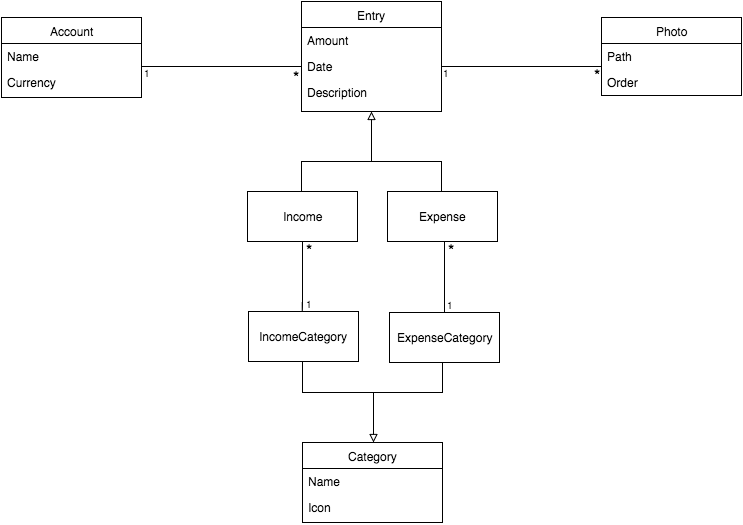
This is imagenes/class_diagram_mobile.png from susana1710/libro-pasantia, a draw.io export, as it was before one commit. Source tidied: cells renumbered, new cells last; positions are measured from the earlier drawing's top-left corner, leaving out a move shared by most shapes.
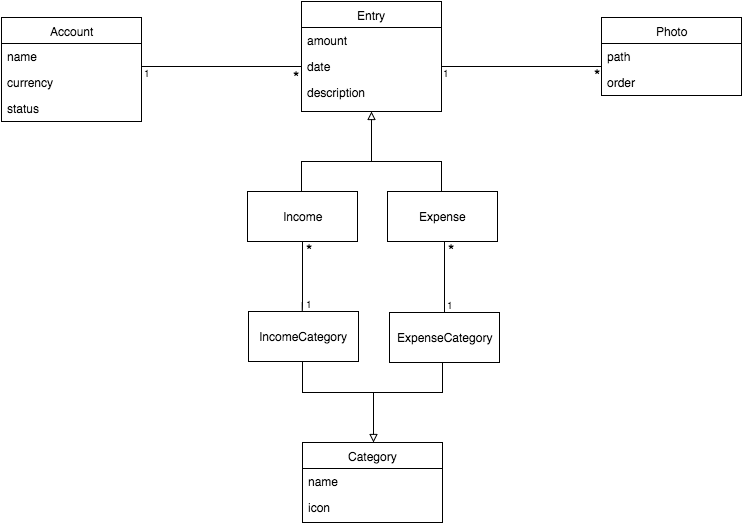
Later version of the same file.

Diff of the diagram source:
```diff
@@ -2,164 +2,167 @@
   <root>
     <mxCell id="0" />
     <mxCell id="1" parent="0" />
+    <mxCell id="39" value="Account" style="swimlane;html=1;fontStyle=0;horizontal=1;startSize=26;fillColor=none;swimlaneFillColor=#ffffff;" parent="1" vertex="1">
+      <mxGeometry x="-150" y="-88" width="140" height="104" as="geometry" />
+    </mxCell>
+    <mxCell id="40" value="name" style="text;html=1;strokeColor=none;fillColor=none;align=left;verticalAlign=top;spacingLeft=4;spacingRight=4;whiteSpace=wrap;overflow=hidden;" parent="39" vertex="1">
+      <mxGeometry y="26" width="140" height="26" as="geometry" />
+    </mxCell>
+    <mxCell id="41" value="currency" style="text;html=1;strokeColor=none;fillColor=none;align=left;verticalAlign=top;spacingLeft=4;spacingRight=4;whiteSpace=wrap;overflow=hidden;" parent="39" vertex="1">
+      <mxGeometry y="52" width="140" height="26" as="geometry" />
+    </mxCell>
+    <mxCell id="19" value="status" style="text;html=1;strokeColor=none;fillColor=none;align=left;verticalAlign=top;spacingLeft=4;spacingRight=4;whiteSpace=wrap;overflow=hidden;" parent="39" vertex="1">
+      <mxGeometry y="78" width="140" height="26" as="geometry" />
+    </mxCell>
+    <mxCell id="42" value="Entry" style="swimlane;html=1;fontStyle=0;horizontal=1;startSize=26;fillColor=none;swimlaneFillColor=#ffffff;" parent="1" vertex="1">
+      <mxGeometry x="150" y="-104" width="140" height="110" as="geometry" />
+    </mxCell>
+    <mxCell id="43" value="amount" style="text;html=1;strokeColor=none;fillColor=none;align=left;verticalAlign=top;spacingLeft=4;spacingRight=4;whiteSpace=wrap;overflow=hidden;" parent="42" vertex="1">
+      <mxGeometry y="26" width="140" height="26" as="geometry" />
+    </mxCell>
+    <mxCell id="44" value="date" style="text;html=1;strokeColor=none;fillColor=none;align=left;verticalAlign=top;spacingLeft=4;spacingRight=4;whiteSpace=wrap;overflow=hidden;" parent="42" vertex="1">
+      <mxGeometry y="52" width="140" height="26" as="geometry" />
+    </mxCell>
+    <mxCell id="45" value="description" style="text;html=1;strokeColor=none;fillColor=none;align=left;verticalAlign=top;spacingLeft=4;spacingRight=4;whiteSpace=wrap;overflow=hidden;" parent="42" vertex="1">
+      <mxGeometry y="78" width="140" height="26" as="geometry" />
+    </mxCell>
+    <mxCell id="46" value="Income" style="html=1;" parent="1" vertex="1">
+      <mxGeometry x="96" y="86" width="110" height="50" as="geometry" />
+    </mxCell>
+    <mxCell id="47" value="Expense" style="html=1;" parent="1" vertex="1">
+      <mxGeometry x="236" y="86" width="110" height="50" as="geometry" />
+    </mxCell>
+    <mxCell id="48" value="Category" style="swimlane;html=1;fontStyle=0;horizontal=1;startSize=26;fillColor=none;swimlaneFillColor=#ffffff;" parent="1" vertex="1">
+      <mxGeometry x="151" y="337" width="140" height="80" as="geometry" />
+    </mxCell>
+    <mxCell id="49" value="name" style="text;html=1;strokeColor=none;fillColor=none;align=left;verticalAlign=top;spacingLeft=4;spacingRight=4;whiteSpace=wrap;overflow=hidden;" parent="48" vertex="1">
+      <mxGeometry y="26" width="140" height="26" as="geometry" />
+    </mxCell>
+    <mxCell id="50" value="icon" style="text;html=1;strokeColor=none;fillColor=none;align=left;verticalAlign=top;spacingLeft=4;spacingRight=4;whiteSpace=wrap;overflow=hidden;" parent="48" vertex="1">
+      <mxGeometry y="52" width="140" height="26" as="geometry" />
+    </mxCell>
+    <mxCell id="51" value="IncomeCategory" style="html=1;" parent="1" vertex="1">
+      <mxGeometry x="97" y="206" width="110" height="50" as="geometry" />
+    </mxCell>
+    <mxCell id="52" value="ExpenseCategory" style="html=1;" parent="1" vertex="1">
+      <mxGeometry x="238" y="207" width="110" height="50" as="geometry" />
+    </mxCell>
+    <mxCell id="53" value="Photo" style="swimlane;html=1;fontStyle=0;horizontal=1;startSize=26;fillColor=none;swimlaneFillColor=#ffffff;" parent="1" vertex="1">
+      <mxGeometry x="450" y="-88" width="140" height="78" as="geometry" />
+    </mxCell>
-    <mxCell id="2" value="Account" style="swimlane;html=1;fontStyle=0;horizontal=1;startSize=26;fillColor=none;swimlaneFillColor=#ffffff;" parent="1" vertex="1">
-      <mxGeometry y="16" width="140" height="80" as="geometry" />
+    <mxCell id="2" value="path&lt;div&gt;&lt;br&gt;&lt;/div&gt;" style="text;html=1;strokeColor=none;fillColor=none;align=left;verticalAlign=top;spacingLeft=4;spacingRight=4;whiteSpace=wrap;overflow=hidden;" parent="53" vertex="1">
+      <mxGeometry y="26" width="140" height="26" as="geometry" />
     </mxCell>
-    <mxCell id="3" value="Name" style="text;html=1;strokeColor=none;fillColor=none;align=left;verticalAlign=top;spacingLeft=4;spacingRight=4;whiteSpace=wrap;overflow=hidden;" parent="2" vertex="1">
-      <mxGeometry y="26" width="140" height="26" as="geometry" />
+    <mxCell id="3" value="&lt;div&gt;order&lt;/div&gt;" style="text;html=1;strokeColor=none;fillColor=none;align=left;verticalAlign=top;spacingLeft=4;spacingRight=4;whiteSpace=wrap;overflow=hidden;" parent="53" vertex="1">
+      <mxGeometry y="52" width="140" height="26" as="geometry" />
     </mxCell>
-    <mxCell id="4" value="Currency" style="text;html=1;strokeColor=none;fillColor=none;align=left;verticalAlign=top;spacingLeft=4;spacingRight=4;whiteSpace=wrap;overflow=hidden;" parent="2" vertex="1">
-      <mxGeometry y="52" width="140" height="26" as="geometry" />
+    <mxCell id="4" style="endArrow=none;html=1;edgeStyle=orthogonalEdgeStyle;" parent="1" edge="1">
+      <mxGeometry relative="1" as="geometry">
+        <mxPoint x="-10" y="-39" as="sourcePoint" />
+        <mxPoint x="150" y="-39" as="targetPoint" />
+      </mxGeometry>
     </mxCell>
+    <mxCell id="54" value="1" style="html=1;align=left;verticalAlign=bottom;labelBackgroundColor=#ffffff;fontSize=10;" parent="4" vertex="1">
+      <mxGeometry x="-1" relative="1" as="geometry">
+        <mxPoint y="14" as="offset" />
+      </mxGeometry>
+    </mxCell>
-    <mxCell id="5" value="Entry" style="swimlane;html=1;fontStyle=0;horizontal=1;startSize=26;fillColor=none;swimlaneFillColor=#ffffff;" parent="1" vertex="1">
-      <mxGeometry x="300" width="140" height="110" as="geometry" />
+    <mxCell id="5" value="*" style="html=1;align=right;verticalAlign=bottom;labelBackgroundColor=#ffffff;fontSize=16;" parent="4" vertex="1">
+      <mxGeometry x="1" relative="1" as="geometry">
+        <mxPoint y="23" as="offset" />
+      </mxGeometry>
     </mxCell>
-    <mxCell id="6" value="Amount" style="text;html=1;strokeColor=none;fillColor=none;align=left;verticalAlign=top;spacingLeft=4;spacingRight=4;whiteSpace=wrap;overflow=hidden;" parent="5" vertex="1">
-      <mxGeometry y="26" width="140" height="26" as="geometry" />
+    <mxCell id="6" style="endArrow=block;html=1;entryX=0.5;entryY=1;endFill=0;" parent="1" edge="1" target="42">
+      <mxGeometry relative="1" as="geometry">
+        <mxPoint x="220" y="56" as="sourcePoint" />
+      </mxGeometry>
     </mxCell>
-    <mxCell id="7" value="Date" style="text;html=1;strokeColor=none;fillColor=none;align=left;verticalAlign=top;spacingLeft=4;spacingRight=4;whiteSpace=wrap;overflow=hidden;" parent="5" vertex="1">
-      <mxGeometry y="52" width="140" height="26" as="geometry" />
+    <mxCell id="7" style="endArrow=none;html=1;endFill=0;" parent="1" edge="1">
+      <mxGeometry relative="1" as="geometry">
+        <mxPoint x="290" y="56" as="sourcePoint" />
+        <mxPoint x="150" y="56" as="targetPoint" />
+      </mxGeometry>
     </mxCell>
-    <mxCell id="8" value="Description" style="text;html=1;strokeColor=none;fillColor=none;align=left;verticalAlign=top;spacingLeft=4;spacingRight=4;whiteSpace=wrap;overflow=hidden;" parent="5" vertex="1">
-      <mxGeometry y="78" width="140" height="26" as="geometry" />
+    <mxCell id="8" style="endArrow=none;html=1;endFill=0;" parent="1" edge="1">
+      <mxGeometry relative="1" as="geometry">
+        <mxPoint x="150" y="56" as="sourcePoint" />
+        <mxPoint x="150" y="86" as="targetPoint" />
+      </mxGeometry>
     </mxCell>
-    <mxCell id="9" value="Income" style="html=1;" parent="1" vertex="1">
-      <mxGeometry x="246" y="190" width="110" height="50" as="geometry" />
+    <mxCell id="9" style="endArrow=none;html=1;endFill=0;" parent="1" edge="1">
+      <mxGeometry x="333" y="160" as="geometry">
+        <mxPoint x="290" y="56" as="sourcePoint" />
+        <mxPoint x="290" y="86" as="targetPoint" />
+      </mxGeometry>
     </mxCell>
-    <mxCell id="10" value="Expense" style="html=1;" parent="1" vertex="1">
-      <mxGeometry x="386" y="190" width="110" height="50" as="geometry" />
+    <mxCell id="10" style="endArrow=none;html=1;entryX=0.5;entryY=1;endFill=0;startArrow=block;startFill=0;" parent="1" edge="1">
+      <mxGeometry x="372" y="391" as="geometry">
+        <mxPoint x="222" y="337" as="sourcePoint" />
+        <mxPoint x="222" y="287" as="targetPoint" />
+      </mxGeometry>
     </mxCell>
-    <mxCell id="11" value="Category" style="swimlane;html=1;fontStyle=0;horizontal=1;startSize=26;fillColor=none;swimlaneFillColor=#ffffff;" parent="1" vertex="1">
-      <mxGeometry x="301" y="441" width="140" height="80" as="geometry" />
+    <mxCell id="11" style="endArrow=none;html=1;endFill=0;" parent="1" edge="1">
+      <mxGeometry x="301" y="391" as="geometry">
+        <mxPoint x="291" y="287" as="sourcePoint" />
+        <mxPoint x="151" y="287" as="targetPoint" />
+      </mxGeometry>
     </mxCell>
-    <mxCell id="12" value="Name" style="text;html=1;strokeColor=none;fillColor=none;align=left;verticalAlign=top;spacingLeft=4;spacingRight=4;whiteSpace=wrap;overflow=hidden;" parent="11" vertex="1">
-      <mxGeometry y="26" width="140" height="26" as="geometry" />
+    <mxCell id="12" style="endArrow=none;html=1;endFill=0;" parent="1" edge="1">
+      <mxGeometry x="301" y="361" as="geometry">
+        <mxPoint x="151" y="257" as="sourcePoint" />
+        <mxPoint x="151" y="287" as="targetPoint" />
+      </mxGeometry>
     </mxCell>
-    <mxCell id="13" value="Icon" style="text;html=1;strokeColor=none;fillColor=none;align=left;verticalAlign=top;spacingLeft=4;spacingRight=4;whiteSpace=wrap;overflow=hidden;" parent="11" vertex="1">
-      <mxGeometry y="52" width="140" height="26" as="geometry" />
+    <mxCell id="13" style="endArrow=none;html=1;endFill=0;" parent="1" edge="1">
+      <mxGeometry x="334" y="361" as="geometry">
+        <mxPoint x="291" y="257" as="sourcePoint" />
+        <mxPoint x="291" y="287" as="targetPoint" />
+      </mxGeometry>
     </mxCell>
+    <mxCell id="55" style="endArrow=none;html=1;edgeStyle=orthogonalEdgeStyle;" parent="1" edge="1">
+      <mxGeometry x="440" y="65" as="geometry">
+        <mxPoint x="290" y="-39" as="sourcePoint" />
+        <mxPoint x="450" y="-39" as="targetPoint" />
+      </mxGeometry>
+    </mxCell>
-    <mxCell id="14" value="IncomeCategory" style="html=1;" parent="1" vertex="1">
-      <mxGeometry x="247" y="310" width="110" height="50" as="geometry" />
+    <mxCell id="14" value="1" style="html=1;align=left;verticalAlign=bottom;labelBackgroundColor=#ffffff;fontSize=10;" parent="55" vertex="1">
+      <mxGeometry x="-1" relative="1" as="geometry">
+        <mxPoint x="-1" y="14" as="offset" />
+      </mxGeometry>
     </mxCell>
-    <mxCell id="15" value="ExpenseCategory" style="html=1;" parent="1" vertex="1">
-      <mxGeometry x="388" y="311" width="110" height="50" as="geometry" />
+    <mxCell id="15" value="*" style="html=1;align=right;verticalAlign=bottom;labelBackgroundColor=#ffffff;fontSize=16;" parent="55" vertex="1">
+      <mxGeometry x="1" relative="1" as="geometry">
+        <mxPoint x="1" y="21" as="offset" />
+      </mxGeometry>
     </mxCell>
-    <mxCell id="16" value="Photo" style="swimlane;html=1;fontStyle=0;horizontal=1;startSize=26;fillColor=none;swimlaneFillColor=#ffffff;" parent="1" vertex="1">
-      <mxGeometry x="600" y="16" width="140" height="78" as="geometry" />
+    <mxCell id="16" style="endArrow=none;html=1;edgeStyle=orthogonalEdgeStyle;" parent="1" edge="1">
+      <mxGeometry x="443" y="341" as="geometry">
+        <mxPoint x="293" y="207" as="sourcePoint" />
+        <mxPoint x="293" y="137" as="targetPoint" />
+      </mxGeometry>
     </mxCell>
-    <mxCell id="17" value="Path&lt;div&gt;&lt;br&gt;&lt;/div&gt;" style="text;html=1;strokeColor=none;fillColor=none;align=left;verticalAlign=top;spacingLeft=4;spacingRight=4;whiteSpace=wrap;overflow=hidden;" parent="16" vertex="1">
-      <mxGeometry y="26" width="140" height="26" as="geometry" />
+    <mxCell id="17" value="1" style="html=1;align=left;verticalAlign=bottom;labelBackgroundColor=#ffffff;fontSize=10;" parent="16" vertex="1">
+      <mxGeometry x="-1" relative="1" as="geometry" />
     </mxCell>
+    <mxCell id="56" value="*" style="html=1;align=right;verticalAlign=bottom;labelBackgroundColor=#ffffff;fontSize=16;" parent="16" vertex="1">
+      <mxGeometry x="1" relative="1" as="geometry">
+        <mxPoint x="12" y="20" as="offset" />
+      </mxGeometry>
+    </mxCell>
+    <mxCell id="57" style="endArrow=none;html=1;edgeStyle=orthogonalEdgeStyle;entryX=0.5;entryY=1;exitX=0.5;exitY=0;" parent="1" edge="1" source="51" target="46">
+      <mxGeometry x="473" y="371" as="geometry">
+        <Array as="points">
+          <mxPoint x="151" y="206" />
+        </Array>
+      </mxGeometry>
+    </mxCell>
-    <mxCell id="18" value="&lt;div&gt;Order&lt;/div&gt;" style="text;html=1;strokeColor=none;fillColor=none;align=left;verticalAlign=top;spacingLeft=4;spacingRight=4;whiteSpace=wrap;overflow=hidden;" parent="16" vertex="1">
-      <mxGeometry y="52" width="140" height="26" as="geometry" />
+    <mxCell id="18" value="1" style="html=1;align=left;verticalAlign=bottom;labelBackgroundColor=#ffffff;fontSize=10;" parent="57" vertex="1">
+      <mxGeometry x="-1" relative="1" as="geometry" />
     </mxCell>
-    <mxCell id="19" style="endArrow=none;html=1;edgeStyle=orthogonalEdgeStyle;" parent="1" edge="1">
-      <mxGeometry relative="1" as="geometry">
-        <mxPoint x="140" y="65" as="sourcePoint" />
-        <mxPoint x="300" y="65" as="targetPoint" />
-      </mxGeometry>
-    </mxCell>
-    <mxCell id="20" value="1" style="html=1;align=left;verticalAlign=bottom;labelBackgroundColor=#ffffff;fontSize=10;" parent="19" vertex="1">
-      <mxGeometry x="-1" relative="1" as="geometry">
-        <mxPoint y="14" as="offset" />
-      </mxGeometry>
-    </mxCell>
-    <mxCell id="21" value="*" style="html=1;align=right;verticalAlign=bottom;labelBackgroundColor=#ffffff;fontSize=16;" parent="19" vertex="1">
-      <mxGeometry x="1" relative="1" as="geometry">
-        <mxPoint y="23" as="offset" />
-      </mxGeometry>
-    </mxCell>
-    <mxCell id="22" style="endArrow=block;html=1;entryX=0.5;entryY=1;endFill=0;" parent="1" edge="1" target="5">
-      <mxGeometry relative="1" as="geometry">
-        <mxPoint x="370" y="160" as="sourcePoint" />
-      </mxGeometry>
-    </mxCell>
-    <mxCell id="23" style="endArrow=none;html=1;endFill=0;" parent="1" edge="1">
-      <mxGeometry relative="1" as="geometry">
-        <mxPoint x="440" y="160" as="sourcePoint" />
-        <mxPoint x="300" y="160" as="targetPoint" />
-      </mxGeometry>
-    </mxCell>
-    <mxCell id="24" style="endArrow=none;html=1;endFill=0;" parent="1" edge="1">
-      <mxGeometry relative="1" as="geometry">
-        <mxPoint x="300" y="160" as="sourcePoint" />
-        <mxPoint x="300" y="190" as="targetPoint" />
-      </mxGeometry>
-    </mxCell>
-    <mxCell id="25" style="endArrow=none;html=1;endFill=0;" parent="1" edge="1">
-      <mxGeometry x="483" y="264" as="geometry">
-        <mxPoint x="440" y="160" as="sourcePoint" />
-        <mxPoint x="440" y="190" as="targetPoint" />
-      </mxGeometry>
-    </mxCell>
-    <mxCell id="26" style="endArrow=none;html=1;entryX=0.5;entryY=1;endFill=0;startArrow=block;startFill=0;" parent="1" edge="1">
-      <mxGeometry x="522" y="495" as="geometry">
-        <mxPoint x="372" y="441" as="sourcePoint" />
-        <mxPoint x="372" y="391" as="targetPoint" />
-      </mxGeometry>
-    </mxCell>
-    <mxCell id="27" style="endArrow=none;html=1;endFill=0;" parent="1" edge="1">
-      <mxGeometry x="451" y="495" as="geometry">
-        <mxPoint x="441" y="391" as="sourcePoint" />
-        <mxPoint x="301" y="391" as="targetPoint" />
-      </mxGeometry>
-    </mxCell>
-    <mxCell id="28" style="endArrow=none;html=1;endFill=0;" parent="1" edge="1">
-      <mxGeometry x="451" y="465" as="geometry">
-        <mxPoint x="301" y="361" as="sourcePoint" />
-        <mxPoint x="301" y="391" as="targetPoint" />
-      </mxGeometry>
-    </mxCell>
-    <mxCell id="29" style="endArrow=none;html=1;endFill=0;" parent="1" edge="1">
-      <mxGeometry x="484" y="465" as="geometry">
-        <mxPoint x="441" y="361" as="sourcePoint" />
-        <mxPoint x="441" y="391" as="targetPoint" />
-      </mxGeometry>
-    </mxCell>
-    <mxCell id="30" style="endArrow=none;html=1;edgeStyle=orthogonalEdgeStyle;" parent="1" edge="1">
-      <mxGeometry x="590" y="169" as="geometry">
-        <mxPoint x="440" y="65" as="sourcePoint" />
-        <mxPoint x="600" y="65" as="targetPoint" />
-      </mxGeometry>
-    </mxCell>
-    <mxCell id="31" value="1" style="html=1;align=left;verticalAlign=bottom;labelBackgroundColor=#ffffff;fontSize=10;" parent="30" vertex="1">
-      <mxGeometry x="-1" relative="1" as="geometry">
-        <mxPoint x="-1" y="14" as="offset" />
-      </mxGeometry>
-    </mxCell>
-    <mxCell id="32" value="*" style="html=1;align=right;verticalAlign=bottom;labelBackgroundColor=#ffffff;fontSize=16;" parent="30" vertex="1">
-      <mxGeometry x="1" relative="1" as="geometry">
-        <mxPoint x="1" y="21" as="offset" />
-      </mxGeometry>
-    </mxCell>
-    <mxCell id="33" style="endArrow=none;html=1;edgeStyle=orthogonalEdgeStyle;" parent="1" edge="1">
-      <mxGeometry x="593" y="445" as="geometry">
-        <mxPoint x="443" y="311" as="sourcePoint" />
-        <mxPoint x="443" y="241" as="targetPoint" />
-      </mxGeometry>
-    </mxCell>
-    <mxCell id="34" value="1" style="html=1;align=left;verticalAlign=bottom;labelBackgroundColor=#ffffff;fontSize=10;" parent="33" vertex="1">
-      <mxGeometry x="-1" relative="1" as="geometry" />
-    </mxCell>
-    <mxCell id="35" value="*" style="html=1;align=right;verticalAlign=bottom;labelBackgroundColor=#ffffff;fontSize=16;" parent="33" vertex="1">
-      <mxGeometry x="1" relative="1" as="geometry">
-        <mxPoint x="12" y="20" as="offset" />
-      </mxGeometry>
-    </mxCell>
-    <mxCell id="36" style="endArrow=none;html=1;edgeStyle=orthogonalEdgeStyle;entryX=0.5;entryY=1;exitX=0.5;exitY=0;" parent="1" edge="1" source="14" target="9">
-      <mxGeometry x="623" y="475" as="geometry">
-        <Array as="points">
-          <mxPoint x="301" y="310" />
-        </Array>
-      </mxGeometry>
-    </mxCell>
-    <mxCell id="37" value="1" style="html=1;align=left;verticalAlign=bottom;labelBackgroundColor=#ffffff;fontSize=10;" parent="36" vertex="1">
-      <mxGeometry x="-1" relative="1" as="geometry" />
-    </mxCell>
-    <mxCell id="38" value="*" style="html=1;align=right;verticalAlign=bottom;labelBackgroundColor=#ffffff;fontSize=16;" parent="36" vertex="1">
-      <mxGeometry x="1" relative="1" as="geometry">
-        <mxPoint x="12" y="21" as="offset" />
-      </mxGeometry>
-    </mxCell>
+    <mxCell id="58" value="*" style="html=1;align=right;verticalAlign=bottom;labelBackgroundColor=#ffffff;fontSize=16;" parent="57" vertex="1">
+      <mxGeometry x="1" relative="1" as="geometry">
+        <mxPoint x="12" y="21" as="offset" />
+      </mxGeometry>
+    </mxCell>
   </root>
 </mxGraphModel>
```
